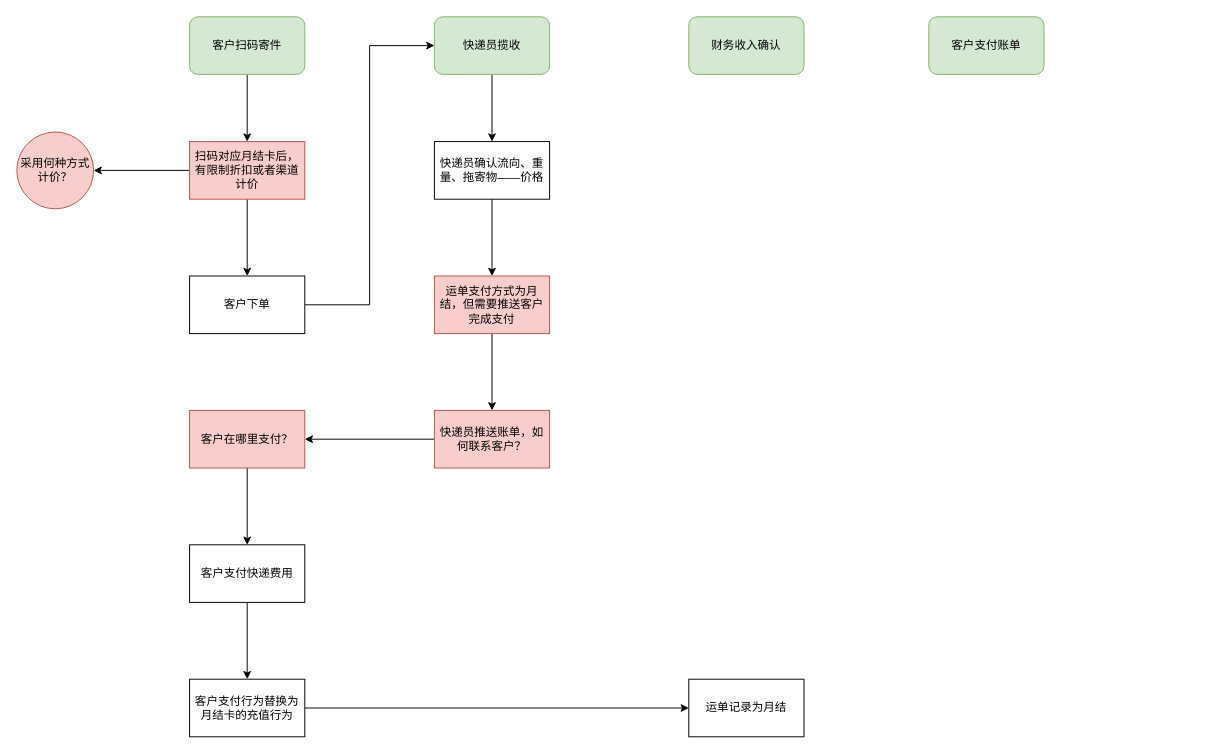
The draw.io diagram page "寄件B中C" (10 of 11) of Untitled Diagram.drawio in shxian/drawio, before the edit. Source tidied: cells renumbered, new cells numbered last; positions are measured from the earlier drawing's top-left corner, leaving out a move shared by most shapes. Both pictures are drawn from the tidied source at 96%, with x=0, y=0 at pixel (16, 16).
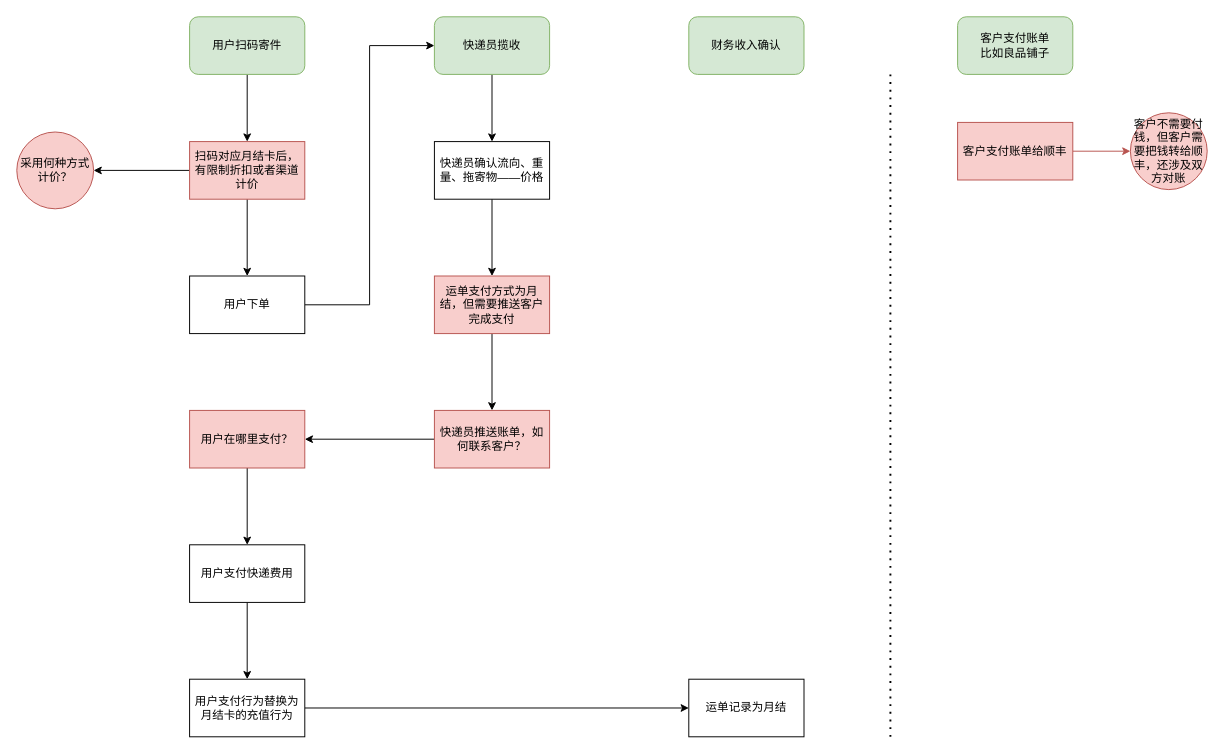
After the change.

The edit, as a diff of the source:
```diff
@@
-    <mxCell id="3" value="客户扫码寄件" style="rounded=1;whiteSpace=wrap;html=1;fillColor=#d5e8d4;strokeColor=#82b366;" parent="1" vertex="1">
+    <mxCell id="3" value="用户扫码寄件" style="rounded=1;whiteSpace=wrap;html=1;fillColor=#d5e8d4;strokeColor=#82b366;" parent="1" vertex="1">
       <mxGeometry x="180" width="120" height="60" as="geometry" />
     </mxCell>
@@
-    <mxCell id="11" value="客户下单" style="whiteSpace=wrap;html=1;rounded=0;" parent="1" vertex="1">
+    <mxCell id="11" value="用户下单" style="whiteSpace=wrap;html=1;rounded=0;" parent="1" vertex="1">
       <mxGeometry x="180" y="270" width="120" height="60" as="geometry" />
     </mxCell>
@@
-    <mxCell id="17" value="客户在哪里支付？" style="whiteSpace=wrap;html=1;rounded=0;fillColor=#f8cecc;strokeColor=#b85450;" parent="1" vertex="1">
+    <mxCell id="17" value="用户在哪里支付？" style="whiteSpace=wrap;html=1;rounded=0;fillColor=#f8cecc;strokeColor=#b85450;" parent="1" vertex="1">
       <mxGeometry x="180" y="410" width="120" height="60" as="geometry" />
     </mxCell>
@@
-    <mxCell id="19" value="客户支付快递费用" style="whiteSpace=wrap;html=1;rounded=0;" parent="1" vertex="1">
+    <mxCell id="19" value="用户支付快递费用" style="whiteSpace=wrap;html=1;rounded=0;" parent="1" vertex="1">
       <mxGeometry x="180" y="550" width="120" height="60" as="geometry" />
     </mxCell>
@@
-    <mxCell id="22" value="客户支付行为替换为月结卡的充值行为" style="whiteSpace=wrap;html=1;rounded=0;" parent="1" vertex="1">
+    <mxCell id="22" value="用户支付行为替换为月结卡的充值行为" style="whiteSpace=wrap;html=1;rounded=0;" parent="1" vertex="1">
       <mxGeometry x="180" y="690" width="120" height="60" as="geometry" />
     </mxCell>
@@
-    <mxCell id="26" value="客户支付账单" style="rounded=1;whiteSpace=wrap;html=1;fillColor=#d5e8d4;strokeColor=#82b366;" parent="1" vertex="1">
-      <mxGeometry x="950" width="120" height="60" as="geometry" />
+    <mxCell id="26" value="客户支付账单&lt;br&gt;比如良品铺子" style="rounded=1;whiteSpace=wrap;html=1;fillColor=#d5e8d4;strokeColor=#82b366;" parent="1" vertex="1">
+      <mxGeometry x="980" width="120" height="60" as="geometry" />
     </mxCell>
+    <mxCell id="27" style="edgeStyle=orthogonalEdgeStyle;rounded=0;jettySize=auto;html=1;fillColor=#f8cecc;strokeColor=#b85450;" parent="1" edge="1" source="28" target="29">
+      <mxGeometry relative="1" as="geometry" />
+    </mxCell>
+    <mxCell id="28" value="客户支付账单给顺丰" style="whiteSpace=wrap;html=1;rounded=0;fillColor=#f8cecc;strokeColor=#b85450;" parent="1" vertex="1">
+      <mxGeometry x="980" y="110" width="120" height="60" as="geometry" />
+    </mxCell>
+    <mxCell id="29" value="客户不需要付钱，但客户需要把钱转给顺丰，还涉及双方对账" style="ellipse;whiteSpace=wrap;html=1;fillColor=#f8cecc;strokeColor=#b85450;" parent="1" vertex="1">
+      <mxGeometry x="1160" y="100" width="80" height="80" as="geometry" />
+    </mxCell>
+    <mxCell id="30" style="endArrow=none;dashed=1;html=1;dashPattern=1 3;strokeWidth=2;rounded=0;" parent="1" edge="1">
+      <mxGeometry relative="1" as="geometry">
+        <mxPoint x="910" y="750" as="sourcePoint" />
+        <mxPoint x="910" y="60" as="targetPoint" />
+      </mxGeometry>
+    </mxCell>
```
